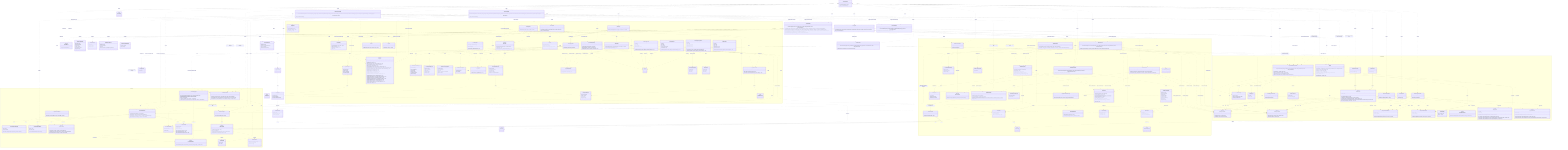
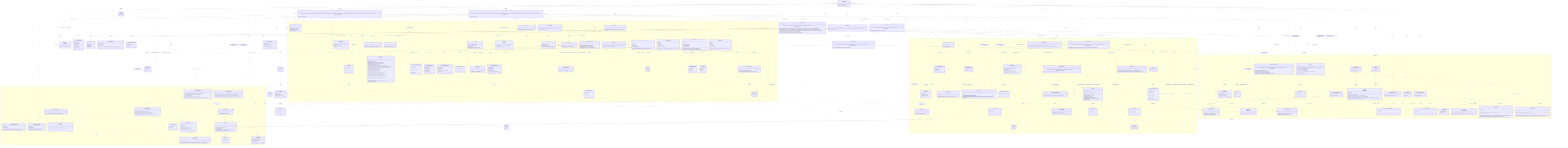
%% Authoritative, system-wide contract chart: every class and every relationship,
%% including the cross-domain interactions between modules.
%% For focused, per-domain views (intra-domain relationships only), see
%% docs/contracts/domains/ (one chart per domain + a README).
classDiagram
  direction TB

  class LicenseWizard {
    +LicenseWizard(args: string[])
    +run() Promise~Answer[]~
  }

  class IWizardMode {
    <<interface>>
    +run() Promise~Answer[]~
  }

  class InteractiveMode {
    +InteractiveMode(licenses: LicenseRepository, config: Config, manifests: ProjectManifestRepository, installer: LicenseInstaller, generator: LicenseGenerator, headers: HeaderApplier, renderer: IRenderer, reporter: IReporter, flags: WizardFlags)
    +run() Promise~Answer[]~
  }

  class NonInteractiveMode {
    +NonInteractiveMode(licenses: LicenseRepository, config: Config, manifests: ProjectManifestRepository, installer: LicenseInstaller, generator: LicenseGenerator, headers: HeaderApplier, reporter: IReporter, flags: WizardFlags, saveTargetByFlag: Record~string, string~)
    +run() Promise~Answer[]~
  }

  class VerifyMode {
    +VerifyMode(verifier: LicenseVerifier, headerVerifier: HeaderVerifier, config: Config, reporter: IReporter, strict: boolean)
    +run() Promise~Answer[]~
  }

  class WizardFlags {
    <<type>>
  }

  class HeaderApplier {
-     +HeaderApplier(licenses: LicenseRepository, reader: IFileSystemReader, writer: IFileSystemWriter)
+     +HeaderApplier(licenses: LicenseRepository, reader: IFileSystemReader & IPathResolver, writer: IFileSystemWriter)
    +apply(licenseId: string, style: HeaderStyle, tokens: Record~string, string~, extraIgnores: string[]) Promise~HeaderApplyReport~
    +preview(licenseId: string, style: HeaderStyle, tokens: Record~string, string~, extraIgnores: string[]) Promise~HeaderPreview | null~
    +forceApply(licenseId: string, style: HeaderStyle, tokens: Record~string, string~, file: string, options?: object) Promise~HeaderForceReport~
    +remove(extraIgnores: string[]) Promise~HeaderRemovalReport~
    +previewRemoval(extraIgnores: string[]) Promise~HeaderRemovalReport~
  }

  class HeaderApplyReport {
    +licenseId: string
    +style: HeaderStyle
    +total: number
    +written: number
    +unchanged: number
    +skipped: string[]
  }

  class HeaderPreview {
    +files: string[]
    +skipped: string[]
    +sample: string
  }

  class HeaderForceReport {
    +licenseId: string
    +style: HeaderStyle
    +file: string
-     +outcome: "written" | "unchanged" | "missing"
+     +outcome: "written" | "unchanged" | "missing" | "unsupported" | "outside"
  }

  class HeaderRemovalReport {
    +removed: string[]
    +total: number
  }

  class LicenseInstaller {
    +LicenseInstaller(config: Config, manifests: ProjectManifestRepository, generator: LicenseGenerator)
    +install(selection: LicenseSelection) Promise~void~
  }

  class LicenseVerifier {
    +LicenseVerifier(config: Config, manifests: ProjectManifestRepository, generator: LicenseGenerator, reader: IFileSystemReader)
    +verify(options: VerifyOptions) Promise~VerifyOutcome~
  }

  class LicenseSelection {
    +licenseId: string
    +tokens: Record~string, string~
    +save: ConfigSave
    +headers?: HeaderConfig
  }

  class ConfigSave {
    <<union>>
  }

  class VerifyOptions {
    +fix: boolean
  }

  class VerifyOutcome {
    <<union>>
  }

  class VerifyReport {
    +licenseId: string
    +license: DriftStatus
    +manifests: ManifestCheck[]
  }

  class ManifestCheck {
    +name: string
    +declared: string | null
    +status: DriftStatus
  }

  class DriftStatus {
    <<union>>
  }

  namespace CLI {
    class FlagParser {
      +FlagParser(flags: object)
      +parse(args: string[]) object
      +formatHelp() string
    }

    class Orchestrator {
      +Orchestrator(repository: QuestionRepository, renderer: IRenderer)
      +run() Promise~Answer[]~
    }

    class IRenderer {
      <<interface>>
      +render(question: Question) Promise~Answer~
      +onCancel() string
      +complete(summary: CompletionSummary) void
    }

    class CompletionSummary {
      +licenseId: string
      +customized: boolean
      +savedTo: string
      +manifests: string[]
      +headers?: CompletionHeaders
    }

    class CompletionHeaders {
      +style: HeaderStyle
      +written: number
      +total: number
      +skipped: string[]
    }

    class ProgressBar {
      +ProgressBar(label: string, out?: object)
      +start(total: number) void
      +update(done: number) void
      +stop() void
    }

    class ClackRenderer {
      +ClackRenderer(meta: object, spinner: Spinner)
    }

    class IReporter {
      <<interface>>
      +usage(options: string) void
      +tokens(licenseId: string, slots: TemplateSlot[]) void
      +generated(licenseId: string, savedTo: string) void
      +dryRun(report: DryRunReport) void
      +missingFields(licenseId: string, missing: TemplateSlot[]) void
      +unknownFields(licenseId: string, unknown: string[], slots: TemplateSlot[]) void
      +licenseNotFound(licenseId: string, suggestions: LicenseIndexEntry[]) void
      +verifyMatch(report: VerifyReport) void
      +verifyFixed(report: VerifyReport) void
      +verifyMismatch(report: VerifyReport) void
      +headersNoFiles(licenseId: string) void
      +headersGenerated(report: HeaderGenerateReport) void
      +headersDryRun(report: HeaderDryRunReport) void
      +headersForceApplied(report: HeaderForceApplyReport) void
      +headersRemoved(report: HeaderRemoveReport) void
      +headersRemoveDryRun(report: HeaderRemoveReport) void
      +headersVerifyMatch(report: HeaderVerifyReport) void
      +headersVerifyFixed(report: HeaderVerifyReport) void
      +headersVerifyMismatch(report: HeaderVerifyReport) void
      +error(message: string) void
    }

    class HeaderGenerateReport {
      +licenseId: string
      +style: HeaderStyle
      +total: number
      +written: number
      +unchanged: number
      +skipped: string[]
    }

    class HeaderDryRunReport {
      +licenseId: string
      +style: HeaderStyle
      +files: string[]
      +skipped: string[]
      +sample: string
    }

    class HeaderForceApplyReport {
      +licenseId: string
      +style: HeaderStyle
      +file: string
      +outcome: "written" | "unchanged"
      +dryRun: boolean
    }

    class HeaderRemoveReport {
      +removed: string[]
      +total: number
    }

    class DryRunReport {
      +licenseId: string
      +content: string
      +save: ConfigSave
      +manifests: string[]
    }

    class MessageReporter {
      +MessageReporter(sink: IOutputSink)
    }

    class CliReporter {
      +CliReporter(programName: string, out?: object, err?: object)
    }

    class IOutputSink {
      <<interface>>
      +emit(message: OutputMessage) void
    }

    class StreamSink {
      +StreamSink(presenter: ReportPresenter, out?: object, err?: object)
      +emit(message: OutputMessage) void
    }

    class RecordingSink {
      +RecordingSink()
      +emit(message: OutputMessage) void
      +messages: OutputMessage[]
    }

    class ReportPresenter {
      +ReportPresenter(programName: string)
      +present(message: OutputMessage, options: object) string
    }

    class OutputMessage {
      <<union>>
    }

    class Banner {
      +buildBanner(meta: object, options: object) string
    }

    class Spinner {
      +start(handle: object) Function
    }

    class QuestionRepository {
      +QuestionRepository(questions: Question[])
      +getByIndex(index: number) Question | null
      +insertAt(index: number, questions: Question[]) void
    }

    class QuestionLifecycle {
      +inject(questions: Question[]) void
    }

    class Question {
      <<union>>
    }

    class TextQuestion {
      +id: string
      +text: string
      +type: "text"
      +defaultValue: string
      +required?: boolean
      +onAnswer(answer: Answer, lifecycle: QuestionLifecycle) void
    }

    class ConfirmQuestion {
      +id: string
      +text: string
      +type: "confirm"
      +defaultValue: boolean
      +onAnswer(answer: Answer, lifecycle: QuestionLifecycle) void
    }

    class AutocompleteQuestion {
      +id: string
      +text: string
      +type: "autocomplete"
      +defaultValue: string
      +required?: boolean
      +search(query: string) Promise~AutocompleteOption[]~
      +onAnswer(answer: Answer, lifecycle: QuestionLifecycle) void
    }

    class AutocompleteOption {
      +value: string
      +label: string
      +hint: string
    }

    class SelectQuestion {
      +id: string
      +text: string
      +type: "select"
      +options: SelectOption[]
      +defaultValue: string
      +onAnswer(answer: Answer, lifecycle: QuestionLifecycle) void
    }

    class SelectOption {
      +value: string
      +label: string
      +hint: string
    }

    class Answer {
      +questionId: string
      +value: string | boolean
      +fields: Record~string, string | boolean~
    }
  }

  namespace Licensing {
    class LicenseRepository {
      +LicenseRepository(source: ILicenseSource)
      +search(query: string) Promise~LicenseIndexEntry[]~
      +suggest(query: string, limit: number) Promise~LicenseIndexEntry[]~
      +getLicense(licenseId: string) Promise~LicenseDetail~
    }

    class LicenseRepositoryError {
      +name: string
      +cause: unknown
      +LicenseRepositoryError(message: string, cause?: unknown)
    }

    class LicenseNotFoundError {
      +name: string
      +licenseId: string
      +LicenseNotFoundError(licenseId: string)
    }

    class ILicenseSource {
      <<interface>>
      +search(query: string) Promise~LicenseIndexEntry[]~
      +suggest(query: string, limit: number) Promise~LicenseIndexEntry[]~
      +fetchLicense(licenseId: string) Promise~LicenseDetail~
    }

    class SpdxLicenseSource {
      +SpdxLicenseSource(ttlMs?: number, timeoutMs?: number)
    }

    class LicenseIndexEntry {
      +licenseId: string
      +name: string
    }

    class LicenseDetail {
      +licenseId: string
      +name: string
      +licenseText: string
      +standardLicenseTemplate?: string
      +standardLicenseHeader?: string
      +standardLicenseHeaderTemplate?: string
    }

    class SpdxTemplate {
      <<abstract>>
      +SpdxTemplate(template: string)
      +slots() TemplateSlot[]
      +resolveSlots(entries: Map~string, string~) SlotResolution
      +render(values: Record~string, string~) string
    }

    class LicenseTemplate {
      +LicenseTemplate(template: string)
    }

    class LicenseCopyright {
      +LicenseCopyright(bodyTemplate: string, headerTemplate: string)
      +fromDetail(detail: LicenseDetail)$ LicenseCopyright
      +slots() TemplateSlot[]
      +requiredSlots(fullHeader: boolean) TemplateSlot[]
      +resolveFor(entries: Map~string, string~, fullHeader: boolean) SlotResolution
    }

    class resolveSlotEntries {
      <<function>>
      +resolveSlotEntries(slots: TemplateSlot[], entries: Map~string, string~) SlotResolution
    }

    class TemplateSlot {
      +token: string
      +label: string
    }

    class SlotResolution {
      +values: Record~string, string~
      +missing: TemplateSlot[]
      +unknown: string[]
    }

    class LicenseGenerator {
      +LicenseGenerator(repository: LicenseRepository, writer: IFileSystemWriter)
      +generate(licenseId: string, slotValues?: Record~string, string~) Promise~void~
      +render(licenseId: string, slotValues?: Record~string, string~) Promise~string~
    }
  }

  namespace Configuration {
    class IFileSystemReader {
      <<interface>>
      +read(path: string) Promise~string~
      +exists(path: string) Promise~boolean~
+     }
+ 
+     class IPathResolver {
+       <<interface>>
+       +realPath(path: string) Promise~string~
    }

    class IFileSystemWriter {
      <<interface>>
      +write(path: string, content: string) Promise~void~
      +delete(path: string) Promise~void~
    }

    class NodeFileSystemReader {
      +NodeFileSystemReader()
    }

    class NodeFileSystemWriter {
      +NodeFileSystemWriter()
    }

    class FileSystemReaderError {
      +name: string
      +cause: unknown
      +FileSystemReaderError(message: string, cause?: unknown)
    }

    class FileSystemWriterError {
      +name: string
      +cause: unknown
      +FileSystemWriterError(message: string, cause?: unknown)
    }

    class WizardConfig {
      +licenseId: string
      +tokens?: Record~string, string~
      +headers?: HeaderConfig
    }

    class HeaderConfig {
      +style: HeaderStyle
      +ignore?: string[]
    }

    class parseWizardConfig {
      <<function>>
      +parseWizardConfig(value: unknown, fileName: string) WizardConfig
    }

    class ConfigTarget {
      +id: string
      +label: string
    }

    class IConfigStore {
      <<interface>>
      +id: string
      +label: string
      +available(reader: IFileSystemReader) Promise~boolean~
      +read(reader: IFileSystemReader) Promise~WizardConfig | null~
      +write(reader: IFileSystemReader, writer: IFileSystemWriter, config: WizardConfig) Promise~void~
      +clear(reader: IFileSystemReader, writer: IFileSystemWriter) Promise~void~
    }

    class RcConfigStore {
      +RcConfigStore()
    }

    class ManifestConfigStore {
      +ManifestConfigStore(fileName: string)
    }

    class Config {
      +Config(stores: IConfigStore[], reader: IFileSystemReader, writer: IFileSystemWriter)
      +read() Promise~WizardConfig | null~
      +source() Promise~string | null~
      +targets() Promise~ConfigTarget[]~
      +write(config: WizardConfig, targetId: string) Promise~void~
      +clear() Promise~void~
      +clearHeaders() Promise~void~
    }

    class IProjectManifest {
      <<interface>>
      +name: string
      +exists(reader: IFileSystemReader) Promise~boolean~
      +readLicense(reader: IFileSystemReader) Promise~string | null~
      +writeLicense(reader: IFileSystemReader, writer: IFileSystemWriter, licenseId: string) Promise~void~
    }

    class JsonManifest {
      <<abstract>>
      +JsonManifest(fileName: string)
      +name: string
      +exists(reader: IFileSystemReader) Promise~boolean~
      +readLicense(reader: IFileSystemReader) Promise~string | null~
      +writeLicense(reader: IFileSystemReader, writer: IFileSystemWriter, licenseId: string) Promise~void~
      #extractLicenseId(value: unknown)* string | null
    }

    class NpmManifest {
      +NpmManifest()
    }

    class ComposerManifest {
      +ComposerManifest()
    }

    class ProjectManifestRepository {
      +ProjectManifestRepository(manifests: IProjectManifest[], reader: IFileSystemReader, writer: IFileSystemWriter)
      +readLicense() Promise~string | null~
      +writeLicense(licenseId: string) Promise~void~
      +declaredLicenses() Promise~ManifestLicense[]~
      +writeLicenseTo(name: string, licenseId: string) Promise~void~
    }

    class ManifestLicense {
      +name: string
      +licenseId: string | null
    }
  }

  namespace Headers {
    class HeaderPlan {
      +detail: LicenseDetail
      +style: HeaderStyle
      +tokens: Record~string, string~
    }

    class HeaderStyle {
      <<union>>
    }

    class HeaderRenderer {
      +HeaderRenderer(plan: HeaderPlan)
      +supportsFull(detail: LicenseDetail)$ boolean
      +fullHeaderHasUnfilledPlaceholders(detail: LicenseDetail, tokens: Record~string, string~)$ boolean
      +body() string
    }

    class HeaderTemplate {
      +HeaderTemplate(template: string)
    }

    class HeaderComposer {
      +HeaderComposer(plan: HeaderPlan)
      +fingerprint() string
      +block(extension: string) string
      +hasManaged(content: string) boolean
      +apply(content: string, filePath: string) string
    }

    class SourceFileScanner {
      +SourceFileScanner(walker: IFileTreeWalker, reader: IFileSystemReader, matchers?: GitignoreMatcherFactory)
      +scan(options?: ScanOptions) Promise~string[]~
    }

    class ScanOptions {
      +root?: string
      +extensions?: string[]
      +extraIgnores?: string[]
    }

    class GitignoreMatcher {
      +GitignoreMatcher(patterns: string[])
      +ignores(path: string, isDirectory: boolean) boolean
    }

    class GitignoreMatcherFactory {
      +fromContent(content: string, extra?: string[]) GitignoreMatcher
    }

    class IFileTreeWalker {
      <<interface>>
      +walk(root: string, skipDirectory: Function) Promise~string[]~
    }

    class NodeFileTreeWalker {
      +NodeFileTreeWalker()
    }

    class HeaderInstaller {
      +HeaderInstaller(reader: IFileSystemReader, writer: IFileSystemWriter)
      +install(files: string[], plan: HeaderPlan, onProgress?: Function) Promise~HeaderInstallSummary~
    }

    class HeaderInstallSummary {
      +written: string[]
      +unchanged: string[]
      +skipped: string[]
    }

    class SourceFile {
      +SourceFile(content: string, path: string)
      +extensionOf(path: string)$ string
      +commentStyleFor(extension: string)$ CommentStyle
      +hasManagedHeader() boolean
      +canPlaceHeader() boolean
      +withoutManagedHeaders() SourceFile
      +withManagedHeader(block: string) SourceFile
      +toString() string
    }

    class CommentStyle {
      +blockStart: string
      +linePrefix: string
      +blockEnd: string
    }

    class HeaderRemover {
      +HeaderRemover(reader: IFileSystemReader, writer: IFileSystemWriter)
      +remove(files: string[], onProgress?: Function) Promise~HeaderRemoveSummary~
    }

    class HeaderRemoveSummary {
      +removed: string[]
      +total: number
    }

    class HeaderVerifier {
      +HeaderVerifier(scanner: SourceFileScanner, reader: IFileSystemReader, writer: IFileSystemWriter, licenses: LicenseRepository)
      +verify(config: WizardConfig, options: HeaderVerifyOptions) Promise~HeaderVerifyOutcome~
    }

    class HeaderVerifyOptions {
      +fix: boolean
    }

    class HeaderVerifyOutcome {
      <<union>>
    }

    class HeaderVerifyReport {
      +licenseId: string
      +style: HeaderStyle
      +total: number
      +matched: string[]
      +missing: string[]
      +drifted: HeaderDrift[]
      +fixed: string[]
      +skipped: string[]
    }

    class HeaderDrift {
      +file: string
      +declares: object | null
      +reason: HeaderDriftReason
    }

    class HeaderDriftReason {
      <<union>>
    }
  }

  TextQuestion ..|> Question : member of
  ConfirmQuestion ..|> Question : member of
  AutocompleteQuestion ..|> Question : member of
  SelectQuestion ..|> Question : member of
  TextQuestion ..> QuestionLifecycle : onAnswer receives
  ConfirmQuestion ..> QuestionLifecycle : onAnswer receives
  AutocompleteQuestion ..> QuestionLifecycle : onAnswer receives
  SelectQuestion ..> QuestionLifecycle : onAnswer receives
  SelectQuestion ..> SelectOption : offers
  Orchestrator ..> QuestionLifecycle : creates
  ClackRenderer ..|> IRenderer : implements
  ClackRenderer ..> Spinner : uses
  ClackRenderer ..> Banner : renders
  IRenderer ..> CompletionSummary : renders
  ClackRenderer ..> CompletionSummary : renders
  MessageReporter ..|> IReporter : implements
  CliReporter --|> MessageReporter : terminal wiring
  MessageReporter ..> IOutputSink : emits to
  MessageReporter ..> OutputMessage : builds
  StreamSink ..|> IOutputSink : implements
  RecordingSink ..|> IOutputSink : implements
  StreamSink ..> ReportPresenter : renders with
  ReportPresenter ..> OutputMessage : renders
  CliReporter ..> StreamSink : wires
  CliReporter ..> ReportPresenter : wires
  MessageReporter ..> TemplateSlot : reads
  MessageReporter ..> VerifyReport : reads
  MessageReporter ..> DryRunReport : reads
  %% Composition root: LicenseWizard parses flags, builds the shared graph, and
  %% delegates each run to one of the three modes through IWizardMode.
  LicenseWizard ..> FlagParser : uses
  LicenseWizard ..> WizardFlags : parses
  LicenseWizard ..> CliReporter : creates
  LicenseWizard ..> IReporter : reports usage through
  LicenseWizard ..> ClackRenderer : creates
  LicenseWizard ..> SpdxLicenseSource : creates
  LicenseWizard ..> LicenseRepository : creates
  LicenseWizard ..> LicenseGenerator : creates
  LicenseWizard ..> LicenseInstaller : creates
  LicenseWizard ..> HeaderApplier : creates
  LicenseWizard ..> LicenseVerifier : creates
  LicenseWizard ..> IWizardMode : delegates the run to
  LicenseWizard ..> InteractiveMode : creates
  LicenseWizard ..> NonInteractiveMode : creates
  LicenseWizard ..> VerifyMode : creates
  InteractiveMode ..|> IWizardMode : implements
  NonInteractiveMode ..|> IWizardMode : implements
  VerifyMode ..|> IWizardMode : implements

  %% Interactive mode: the prompt-driven setup flow.
  InteractiveMode ..> ClackRenderer : renders through
  InteractiveMode ..> IRenderer : reports completion through
  InteractiveMode ..> Orchestrator : creates
  InteractiveMode ..> QuestionRepository : creates
  InteractiveMode ..> LicenseRepository : searches and resolves with
  InteractiveMode ..> LicenseTemplate : creates
  InteractiveMode ..> HeaderRenderer : checks full-header support with
  InteractiveMode ..> LicenseInstaller : applies selection through
  InteractiveMode ..> HeaderApplier : applies headers through
  InteractiveMode ..> LicenseGenerator : renders dry-run preview through
  InteractiveMode ..> Config : reads config and targets from
  InteractiveMode ..> ProjectManifestRepository : reads and reports manifests through
  InteractiveMode ..> IReporter : reports dry-run through
  InteractiveMode ..> LicenseSelection : builds
  InteractiveMode ..> DryRunReport : builds

  %% Non-interactive mode: flag-driven generation, apply-config, and removal.
  NonInteractiveMode ..> LicenseRepository : resolves and suggests with
  NonInteractiveMode ..> LicenseTemplate : creates
  NonInteractiveMode ..> HeaderRenderer : checks full-header support with
  NonInteractiveMode ..> LicenseInstaller : applies selection through
  NonInteractiveMode ..> HeaderApplier : applies headers through
  NonInteractiveMode ..> LicenseGenerator : renders dry-run preview through
  NonInteractiveMode ..> Config : reads config and clears headers through
  NonInteractiveMode ..> ProjectManifestRepository : reports manifests through
  NonInteractiveMode ..> IReporter : reports through
  NonInteractiveMode ..> LicenseSelection : builds
  NonInteractiveMode ..> DryRunReport : builds
  NonInteractiveMode ..> LicenseNotFoundError : handles

  %% Verify mode: LICENSE/manifest and source-header verification.
  VerifyMode ..> LicenseVerifier : verifies through
  VerifyMode ..> HeaderVerifier : verifies headers through
  VerifyMode ..> Config : reads config from
  VerifyMode ..> IReporter : reports through

  LicenseInstaller ..> Config : uses
  LicenseInstaller ..> ProjectManifestRepository : writes selection to
  LicenseInstaller ..> LicenseGenerator : uses
  LicenseInstaller ..> LicenseSelection : applies
  LicenseVerifier ..> Config : reads config from
  LicenseVerifier ..> ProjectManifestRepository : checks and reconciles manifests through
  LicenseVerifier ..> LicenseGenerator : re-renders and rewrites with
  LicenseVerifier ..> IFileSystemReader : reads LICENSE through
  LicenseVerifier ..> VerifyOptions : configured by
  LicenseVerifier ..> VerifyOutcome : returns
  VerifyOutcome ..> VerifyReport : carries
  VerifyReport ..> ManifestCheck : aggregates
  VerifyReport ..> DriftStatus : statuses by
  ManifestCheck ..> DriftStatus : status by
  ProjectManifestRepository ..> ManifestLicense : produces
  LicenseSelection ..> ConfigSave : has
  DryRunReport ..> ConfigSave : carries
  Orchestrator ..> QuestionRepository : gets questions from
  Orchestrator ..> IRenderer : feeds questions to
  ClackRenderer ..> Question : renders
  QuestionRepository ..> Question : produces
  AutocompleteQuestion ..> AutocompleteOption : search produces
  Orchestrator ..> Answer : collects
  SpdxLicenseSource ..|> ILicenseSource : implements
  LicenseRepository ..> ILicenseSource : uses
  LicenseRepository ..> LicenseIndexEntry : produces
  LicenseRepository ..> LicenseDetail : produces
  LicenseRepository ..> LicenseRepositoryError : throws
  LicenseRepository ..> LicenseNotFoundError : throws
  SpdxLicenseSource ..> LicenseNotFoundError : throws
  MessageReporter ..> LicenseIndexEntry : reads
  LicenseGenerator ..> LicenseRepository : uses
  LicenseGenerator ..> IFileSystemWriter : uses
  LicenseGenerator ..> LicenseTemplate : uses
  LicenseTemplate --|> SpdxTemplate : extends
  LicenseCopyright ..> LicenseTemplate : parses body and header with
  LicenseCopyright ..> resolveSlotEntries : resolves with
  SpdxTemplate ..> resolveSlotEntries : resolves with
  HeaderTemplate --|> SpdxTemplate : extends
  SpdxTemplate ..> TemplateSlot : produces
  SpdxTemplate ..> SlotResolution : produces
  NodeFileSystemReader ..|> IFileSystemReader : implements
+   NodeFileSystemReader ..|> IPathResolver : implements
  NodeFileSystemWriter ..|> IFileSystemWriter : implements
  NodeFileSystemReader ..> FileSystemReaderError : throws
  NodeFileSystemWriter ..> FileSystemWriterError : throws
  Config ..> IConfigStore : coordinates
  Config ..> IFileSystemReader : uses
  Config ..> IFileSystemWriter : uses
  Config ..> WizardConfig : produces
  Config ..> ConfigTarget : produces
  Config ..> FileSystemWriterError : throws
  RcConfigStore ..|> IConfigStore : implements
  ManifestConfigStore ..|> IConfigStore : implements
  RcConfigStore ..> IFileSystemReader : uses
  RcConfigStore ..> IFileSystemWriter : uses
  RcConfigStore ..> FileSystemReaderError : throws
  RcConfigStore ..> FileSystemWriterError : throws
  ManifestConfigStore ..> IFileSystemReader : uses
  ManifestConfigStore ..> IFileSystemWriter : uses
  ManifestConfigStore ..> FileSystemReaderError : throws
  ManifestConfigStore ..> FileSystemWriterError : throws
  JsonManifest ..|> IProjectManifest : implements
  NpmManifest --|> JsonManifest : extends
  ComposerManifest --|> JsonManifest : extends
  JsonManifest ..> IFileSystemReader : uses
  JsonManifest ..> IFileSystemWriter : uses
  JsonManifest ..> FileSystemReaderError : throws
  JsonManifest ..> FileSystemWriterError : throws
  ProjectManifestRepository ..> IProjectManifest : coordinates
  ProjectManifestRepository ..> IFileSystemReader : uses
  ProjectManifestRepository ..> IFileSystemWriter : uses
  LicenseWizard ..> NodeFileSystemReader : creates
  LicenseWizard ..> NodeFileSystemWriter : creates
  LicenseWizard ..> Config : creates
  LicenseWizard ..> RcConfigStore : creates
  LicenseWizard ..> ManifestConfigStore : creates
  LicenseWizard ..> NpmManifest : creates
  LicenseWizard ..> ComposerManifest : creates
  LicenseWizard ..> ProjectManifestRepository : creates
  LicenseWizard ..> HeaderVerifier : creates
  LicenseWizard ..> SourceFileScanner : creates
  LicenseWizard ..> NodeFileTreeWalker : creates
  %% HeaderApplier owns the source-file header surface for both write modes.
  HeaderApplier ..> SourceFileScanner : creates
  HeaderApplier ..> NodeFileTreeWalker : creates
  HeaderApplier ..> HeaderInstaller : creates
  HeaderApplier ..> HeaderInstaller : writes headers through
  HeaderApplier ..> HeaderRemover : creates
  HeaderApplier ..> HeaderRemover : removes headers through
  HeaderApplier ..> SourceFile : previews removal with
  HeaderApplier ..> HeaderComposer : previews header block with
  HeaderApplier ..> ProgressBar : drives header progress with
  HeaderApplier ..> HeaderPlan : builds
  HeaderApplier ..> LicenseRepository : fetches header detail through
  HeaderApplier ..> HeaderApplyReport : produces
  HeaderApplier ..> HeaderPreview : produces
  HeaderApplier ..> HeaderForceReport : produces
+   HeaderApplier ..> IPathResolver : confines forced writes through
  HeaderApplier ..> HeaderRemovalReport : produces
  MessageReporter ..> HeaderGenerateReport : reads
  MessageReporter ..> HeaderDryRunReport : reads
  MessageReporter ..> HeaderForceApplyReport : reads
  MessageReporter ..> HeaderRemoveReport : reads
  MessageReporter ..> HeaderVerifyReport : reads
  MessageReporter ..> HeaderDrift : reduces drift from
  HeaderConfig ..> HeaderStyle : style by
  HeaderPlan ..> LicenseDetail : carries
  HeaderPlan ..> HeaderStyle : styled by
  HeaderRenderer ..> HeaderPlan : renders
  HeaderRenderer ..> HeaderTemplate : substitutes header template with
  HeaderComposer ..> HeaderPlan : composes
  HeaderComposer ..> HeaderRenderer : renders body with
  HeaderInstaller ..> HeaderComposer : applies header with
  HeaderInstaller ..> HeaderPlan : applies
  HeaderInstaller ..> IFileSystemReader : reads files through
  HeaderInstaller ..> IFileSystemWriter : writes files through
  HeaderInstaller ..> HeaderInstallSummary : produces
  HeaderRemover ..> SourceFile : strips header through
  HeaderRemover ..> IFileSystemReader : reads files through
  HeaderRemover ..> IFileSystemWriter : writes files through
  HeaderRemover ..> HeaderRemoveSummary : produces
  HeaderComposer ..> SourceFile : places header through
  SourceFile ..> CommentStyle : wraps with
  SourceFileScanner ..> SourceFile : derives extension with
  HeaderVerifier ..> SourceFileScanner : rediscovers files through
  HeaderVerifier ..> HeaderComposer : compares against
  HeaderVerifier ..> LicenseRepository : fetches header detail through
  HeaderVerifier ..> IFileSystemReader : reads files through
  HeaderVerifier ..> IFileSystemWriter : rewrites files through
  HeaderVerifier ..> WizardConfig : verifies against
  HeaderVerifier ..> HeaderVerifyOptions : configured by
  HeaderVerifier ..> HeaderVerifyOutcome : returns
  HeaderVerifyOutcome ..> HeaderVerifyReport : carries
  HeaderVerifyReport ..> HeaderDrift : details drift by
  HeaderDrift ..> HeaderDriftReason : explained by
  HeaderVerifier ..> HeaderDrift : classifies drift into
  SourceFileScanner ..> IFileTreeWalker : walks with
  SourceFileScanner ..> IFileSystemReader : reads .gitignore through
  SourceFileScanner ..> GitignoreMatcherFactory : builds matchers with
  SourceFileScanner ..> GitignoreMatcher : filters with
  SourceFileScanner ..> ScanOptions : configured by
  GitignoreMatcherFactory ..> GitignoreMatcher : creates
  NodeFileTreeWalker ..|> IFileTreeWalker : implements
  ClackRenderer ..> CompletionHeaders : renders
  CompletionSummary ..> CompletionHeaders : carries
